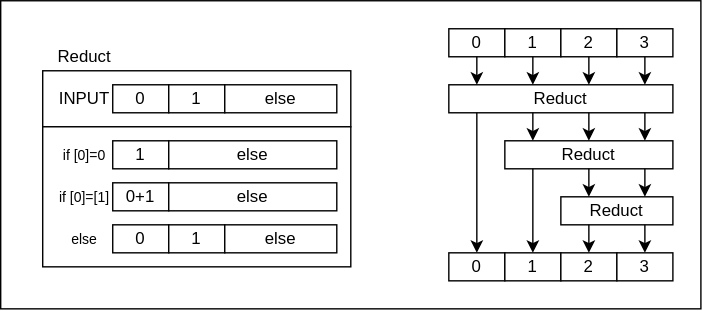
The draw.io diagram Lab/Computer/2048/reduct.drawio.svg in amane-uehara/kanade-k-1228.github.io, before a commit. Source tidied: cells renumbered, new cells last; positions are measured from the earlier drawing's top-left corner, leaving out a move shared by most shapes.
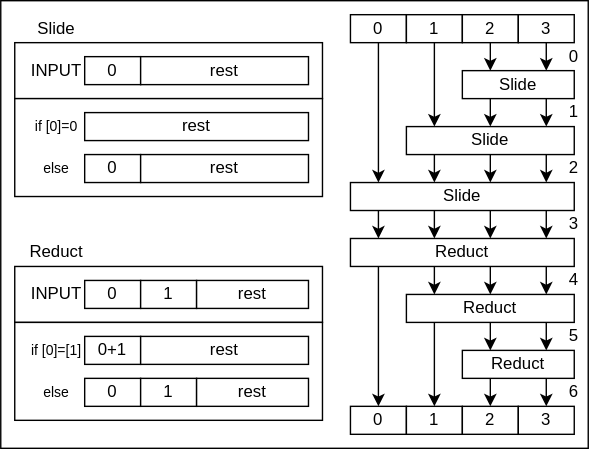
The same diagram one commit later.

Diff of the diagram source:
```diff
@@ -3,169 +3,277 @@
     <mxCell id="0" />
     <mxCell id="1" parent="0" />
     <mxCell id="2" style="rounded=0;whiteSpace=wrap;html=1;fontSize=12;" parent="1" vertex="1">
-      <mxGeometry width="500" height="220" as="geometry" />
+      <mxGeometry y="20" width="420" height="320" as="geometry" />
     </mxCell>
     <mxCell id="3" style="rounded=0;whiteSpace=wrap;html=1;fontSize=12;" parent="1" vertex="1">
-      <mxGeometry x="30" y="50" width="220" height="40" as="geometry" />
+      <mxGeometry x="10" y="210" width="220" height="40" as="geometry" />
     </mxCell>
     <mxCell id="4" style="rounded=0;whiteSpace=wrap;html=1;fontSize=12;" parent="1" vertex="1">
-      <mxGeometry x="30" y="90" width="220" height="100" as="geometry" />
+      <mxGeometry x="10" y="250" width="220" height="70" as="geometry" />
     </mxCell>
     <mxCell id="5" value="&lt;font style=&quot;font-size: 12px;&quot;&gt;0&lt;/font&gt;" style="rounded=0;whiteSpace=wrap;html=1;fontSize=12;" parent="1" vertex="1">
-      <mxGeometry x="80" y="60" width="40" height="20" as="geometry" />
+      <mxGeometry x="60" y="220" width="40" height="20" as="geometry" />
     </mxCell>
     <mxCell id="6" value="&lt;font style=&quot;font-size: 12px;&quot;&gt;1&lt;/font&gt;" style="rounded=0;whiteSpace=wrap;html=1;fontSize=12;" parent="1" vertex="1">
-      <mxGeometry x="120" y="60" width="40" height="20" as="geometry" />
+      <mxGeometry x="100" y="220" width="40" height="20" as="geometry" />
     </mxCell>
-    <mxCell id="7" value="else" style="rounded=0;whiteSpace=wrap;html=1;fontSize=12;" parent="1" vertex="1">
-      <mxGeometry x="160" y="60" width="80" height="20" as="geometry" />
+    <mxCell id="7" value="rest" style="rounded=0;whiteSpace=wrap;html=1;fontSize=12;" parent="1" vertex="1">
+      <mxGeometry x="140" y="220" width="80" height="20" as="geometry" />
     </mxCell>
-    <mxCell id="8" value="if [0]=0" style="text;html=1;strokeColor=none;fillColor=none;align=center;verticalAlign=middle;whiteSpace=wrap;rounded=0;fontSize=10;" parent="1" vertex="1">
-      <mxGeometry x="40" y="100" width="40" height="20" as="geometry" />
-    </mxCell>
-    <mxCell id="9" value="if [0]=[1]" style="text;html=1;strokeColor=none;fillColor=none;align=center;verticalAlign=middle;whiteSpace=wrap;rounded=0;fontSize=10;" parent="1" vertex="1">
-      <mxGeometry x="40" y="130" width="40" height="20" as="geometry" />
-    </mxCell>
     <mxCell id="10" value="else" style="text;html=1;strokeColor=none;fillColor=none;align=center;verticalAlign=middle;whiteSpace=wrap;rounded=0;fontSize=10;" parent="1" vertex="1">
-      <mxGeometry x="40" y="160" width="40" height="20" as="geometry" />
+      <mxGeometry x="20" y="290" width="40" height="20" as="geometry" />
     </mxCell>
-    <mxCell id="11" value="&lt;font style=&quot;font-size: 12px;&quot;&gt;1&lt;/font&gt;" style="rounded=0;whiteSpace=wrap;html=1;fontSize=12;" parent="1" vertex="1">
-      <mxGeometry x="80" y="100" width="40" height="20" as="geometry" />
-    </mxCell>
-    <mxCell id="12" value="&lt;font style=&quot;font-size: 12px&quot;&gt;else&lt;br&gt;&lt;/font&gt;" style="rounded=0;whiteSpace=wrap;html=1;fontSize=12;" parent="1" vertex="1">
-      <mxGeometry x="120" y="100" width="120" height="20" as="geometry" />
-    </mxCell>
-    <mxCell id="13" value="&lt;font style=&quot;font-size: 12px&quot;&gt;0+1&lt;/font&gt;" style="rounded=0;whiteSpace=wrap;html=1;fontSize=12;" parent="1" vertex="1">
-      <mxGeometry x="80" y="130" width="40" height="20" as="geometry" />
-    </mxCell>
-    <mxCell id="14" value="&lt;font style=&quot;font-size: 12px&quot;&gt;else&lt;/font&gt;" style="rounded=0;whiteSpace=wrap;html=1;fontSize=12;" parent="1" vertex="1">
-      <mxGeometry x="120" y="130" width="120" height="20" as="geometry" />
-    </mxCell>
     <mxCell id="15" value="&lt;font style=&quot;font-size: 12px;&quot;&gt;0&lt;/font&gt;" style="rounded=0;whiteSpace=wrap;html=1;fontSize=12;" parent="1" vertex="1">
-      <mxGeometry x="80" y="160" width="40" height="20" as="geometry" />
+      <mxGeometry x="60" y="290" width="40" height="20" as="geometry" />
     </mxCell>
     <mxCell id="16" value="&lt;font style=&quot;font-size: 12px;&quot;&gt;1&lt;/font&gt;" style="rounded=0;whiteSpace=wrap;html=1;fontSize=12;" parent="1" vertex="1">
-      <mxGeometry x="120" y="160" width="40" height="20" as="geometry" />
+      <mxGeometry x="100" y="290" width="40" height="20" as="geometry" />
     </mxCell>
-    <mxCell id="17" value="&lt;font style=&quot;font-size: 12px&quot;&gt;else&lt;/font&gt;" style="rounded=0;whiteSpace=wrap;html=1;fontSize=12;" parent="1" vertex="1">
-      <mxGeometry x="160" y="160" width="80" height="20" as="geometry" />
+    <mxCell id="17" value="&lt;font style=&quot;font-size: 12px&quot;&gt;rest&lt;/font&gt;" style="rounded=0;whiteSpace=wrap;html=1;fontSize=12;" parent="1" vertex="1">
+      <mxGeometry x="140" y="290" width="80" height="20" as="geometry" />
     </mxCell>
     <mxCell id="18" value="INPUT" style="text;html=1;strokeColor=none;fillColor=none;align=center;verticalAlign=middle;whiteSpace=wrap;rounded=0;fontSize=12;" parent="1" vertex="1">
-      <mxGeometry x="40" y="60" width="40" height="20" as="geometry" />
+      <mxGeometry x="20" y="220" width="40" height="20" as="geometry" />
     </mxCell>
     <mxCell id="19" value="Reduct" style="text;html=1;strokeColor=none;fillColor=none;align=center;verticalAlign=middle;whiteSpace=wrap;rounded=0;fontSize=12;" parent="1" vertex="1">
-      <mxGeometry x="40" y="30" width="40" height="20" as="geometry" />
+      <mxGeometry x="20" y="190" width="40" height="20" as="geometry" />
     </mxCell>
     <mxCell id="20" value="&lt;font style=&quot;font-size: 12px;&quot;&gt;0&lt;/font&gt;" style="rounded=0;whiteSpace=wrap;html=1;fontSize=12;" parent="1" vertex="1">
-      <mxGeometry x="320" y="20" width="40" height="20" as="geometry" />
+      <mxGeometry x="250" y="30" width="40" height="20" as="geometry" />
     </mxCell>
     <mxCell id="21" value="&lt;font style=&quot;font-size: 12px;&quot;&gt;1&lt;/font&gt;" style="rounded=0;whiteSpace=wrap;html=1;fontSize=12;" parent="1" vertex="1">
-      <mxGeometry x="360" y="20" width="40" height="20" as="geometry" />
+      <mxGeometry x="290" y="30" width="40" height="20" as="geometry" />
     </mxCell>
     <mxCell id="22" value="2" style="rounded=0;whiteSpace=wrap;html=1;fontSize=12;" parent="1" vertex="1">
-      <mxGeometry x="400" y="20" width="40" height="20" as="geometry" />
+      <mxGeometry x="330" y="30" width="40" height="20" as="geometry" />
     </mxCell>
     <mxCell id="23" value="3" style="rounded=0;whiteSpace=wrap;html=1;fontSize=12;" parent="1" vertex="1">
-      <mxGeometry x="440" y="20" width="40" height="20" as="geometry" />
+      <mxGeometry x="370" y="30" width="40" height="20" as="geometry" />
     </mxCell>
     <mxCell id="24" value="Reduct" style="rounded=0;whiteSpace=wrap;html=1;fontSize=12;" parent="1" vertex="1">
-      <mxGeometry x="320" y="60" width="160" height="20" as="geometry" />
+      <mxGeometry x="250" y="190" width="160" height="20" as="geometry" />
     </mxCell>
     <mxCell id="25" value="Reduct" style="rounded=0;whiteSpace=wrap;html=1;fontSize=12;" parent="1" vertex="1">
-      <mxGeometry x="360" y="100" width="120" height="20" as="geometry" />
+      <mxGeometry x="290" y="230" width="120" height="20" as="geometry" />
     </mxCell>
     <mxCell id="26" value="Reduct" style="rounded=0;whiteSpace=wrap;html=1;fontSize=12;" parent="1" vertex="1">
-      <mxGeometry x="400" y="140" width="80" height="20" as="geometry" />
+      <mxGeometry x="330" y="270" width="80" height="20" as="geometry" />
     </mxCell>
     <mxCell id="27" value="&lt;font style=&quot;font-size: 12px;&quot;&gt;0&lt;/font&gt;" style="rounded=0;whiteSpace=wrap;html=1;fontSize=12;" parent="1" vertex="1">
-      <mxGeometry x="320" y="180" width="40" height="20" as="geometry" />
+      <mxGeometry x="250" y="310" width="40" height="20" as="geometry" />
     </mxCell>
     <mxCell id="28" value="&lt;font style=&quot;font-size: 12px;&quot;&gt;1&lt;/font&gt;" style="rounded=0;whiteSpace=wrap;html=1;fontSize=12;" parent="1" vertex="1">
-      <mxGeometry x="360" y="180" width="40" height="20" as="geometry" />
+      <mxGeometry x="290" y="310" width="40" height="20" as="geometry" />
     </mxCell>
     <mxCell id="29" value="2" style="rounded=0;whiteSpace=wrap;html=1;fontSize=12;" parent="1" vertex="1">
-      <mxGeometry x="400" y="180" width="40" height="20" as="geometry" />
+      <mxGeometry x="330" y="310" width="40" height="20" as="geometry" />
     </mxCell>
     <mxCell id="30" value="3" style="rounded=0;whiteSpace=wrap;html=1;fontSize=12;" parent="1" vertex="1">
-      <mxGeometry x="440" y="180" width="40" height="20" as="geometry" />
+      <mxGeometry x="370" y="310" width="40" height="20" as="geometry" />
     </mxCell>
     <mxCell id="31" style="endArrow=classic;html=1;fontSize=12;" parent="1" edge="1">
       <mxGeometry relative="1" as="geometry">
-        <mxPoint x="340" y="80" as="sourcePoint" />
-        <mxPoint x="340" y="180" as="targetPoint" />
+        <mxPoint x="270" y="210" as="sourcePoint" />
+        <mxPoint x="270" y="310" as="targetPoint" />
       </mxGeometry>
     </mxCell>
     <mxCell id="32" style="endArrow=classic;html=1;fontSize=12;" parent="1" edge="1">
       <mxGeometry relative="1" as="geometry">
-        <mxPoint x="380" y="120" as="sourcePoint" />
-        <mxPoint x="380" y="180" as="targetPoint" />
+        <mxPoint x="310" y="250" as="sourcePoint" />
+        <mxPoint x="310" y="310" as="targetPoint" />
       </mxGeometry>
     </mxCell>
     <mxCell id="33" style="endArrow=classic;html=1;fontSize=12;" parent="1" edge="1">
       <mxGeometry relative="1" as="geometry">
-        <mxPoint x="420" y="160" as="sourcePoint" />
-        <mxPoint x="420" y="180" as="targetPoint" />
+        <mxPoint x="350" y="290" as="sourcePoint" />
+        <mxPoint x="350" y="310" as="targetPoint" />
       </mxGeometry>
     </mxCell>
     <mxCell id="34" style="endArrow=classic;html=1;fontSize=12;" parent="1" edge="1">
       <mxGeometry relative="1" as="geometry">
-        <mxPoint x="460" y="160" as="sourcePoint" />
-        <mxPoint x="460" y="180" as="targetPoint" />
+        <mxPoint x="390" y="290" as="sourcePoint" />
+        <mxPoint x="390" y="310" as="targetPoint" />
       </mxGeometry>
     </mxCell>
     <mxCell id="35" style="endArrow=classic;html=1;fontSize=12;" parent="1" edge="1">
       <mxGeometry relative="1" as="geometry">
-        <mxPoint x="420" y="120" as="sourcePoint" />
-        <mxPoint x="420" y="140" as="targetPoint" />
+        <mxPoint x="350" y="250" as="sourcePoint" />
+        <mxPoint x="350" y="270" as="targetPoint" />
       </mxGeometry>
     </mxCell>
     <mxCell id="36" style="endArrow=classic;html=1;fontSize=12;" parent="1" edge="1">
       <mxGeometry relative="1" as="geometry">
-        <mxPoint x="460" y="120" as="sourcePoint" />
-        <mxPoint x="460" y="140" as="targetPoint" />
+        <mxPoint x="390" y="250" as="sourcePoint" />
+        <mxPoint x="390" y="270" as="targetPoint" />
       </mxGeometry>
     </mxCell>
     <mxCell id="37" style="endArrow=classic;html=1;fontSize=12;" parent="1" edge="1">
       <mxGeometry relative="1" as="geometry">
-        <mxPoint x="380" y="80" as="sourcePoint" />
-        <mxPoint x="380" y="100" as="targetPoint" />
+        <mxPoint x="310" y="210" as="sourcePoint" />
+        <mxPoint x="310" y="230" as="targetPoint" />
       </mxGeometry>
     </mxCell>
     <mxCell id="38" style="endArrow=classic;html=1;fontSize=12;" parent="1" edge="1">
       <mxGeometry relative="1" as="geometry">
-        <mxPoint x="420" y="80" as="sourcePoint" />
-        <mxPoint x="420" y="100" as="targetPoint" />
+        <mxPoint x="350" y="210" as="sourcePoint" />
+        <mxPoint x="350" y="230" as="targetPoint" />
       </mxGeometry>
     </mxCell>
     <mxCell id="39" style="endArrow=classic;html=1;fontSize=12;" parent="1" edge="1">
       <mxGeometry relative="1" as="geometry">
-        <mxPoint x="460" y="80" as="sourcePoint" />
-        <mxPoint x="460" y="100" as="targetPoint" />
+        <mxPoint x="390" y="210" as="sourcePoint" />
+        <mxPoint x="390" y="230" as="targetPoint" />
       </mxGeometry>
     </mxCell>
     <mxCell id="40" style="endArrow=classic;html=1;fontSize=12;" parent="1" edge="1">
       <mxGeometry relative="1" as="geometry">
-        <mxPoint x="340" y="40" as="sourcePoint" />
-        <mxPoint x="340" y="60" as="targetPoint" />
+        <mxPoint x="270" y="170" as="sourcePoint" />
+        <mxPoint x="270" y="190" as="targetPoint" />
       </mxGeometry>
     </mxCell>
     <mxCell id="41" style="endArrow=classic;html=1;fontSize=12;" parent="1" edge="1">
       <mxGeometry relative="1" as="geometry">
-        <mxPoint x="380" y="40" as="sourcePoint" />
-        <mxPoint x="380" y="60" as="targetPoint" />
+        <mxPoint x="310" y="170" as="sourcePoint" />
+        <mxPoint x="310" y="190" as="targetPoint" />
       </mxGeometry>
     </mxCell>
     <mxCell id="42" style="endArrow=classic;html=1;fontSize=12;" parent="1" edge="1">
       <mxGeometry relative="1" as="geometry">
-        <mxPoint x="420" y="40" as="sourcePoint" />
-        <mxPoint x="420" y="60" as="targetPoint" />
+        <mxPoint x="350" y="170" as="sourcePoint" />
+        <mxPoint x="350" y="190" as="targetPoint" />
       </mxGeometry>
     </mxCell>
     <mxCell id="43" style="endArrow=classic;html=1;fontSize=12;" parent="1" edge="1">
       <mxGeometry relative="1" as="geometry">
-        <mxPoint x="460" y="40" as="sourcePoint" />
-        <mxPoint x="460" y="60" as="targetPoint" />
+        <mxPoint x="390" y="170" as="sourcePoint" />
+        <mxPoint x="390" y="190" as="targetPoint" />
       </mxGeometry>
     </mxCell>
+    <mxCell id="44" style="rounded=0;whiteSpace=wrap;html=1;fontSize=12;" parent="1" vertex="1">
+      <mxGeometry x="10" y="50" width="220" height="40" as="geometry" />
+    </mxCell>
+    <mxCell id="45" style="rounded=0;whiteSpace=wrap;html=1;fontSize=12;" parent="1" vertex="1">
+      <mxGeometry x="10" y="90" width="220" height="70" as="geometry" />
+    </mxCell>
+    <mxCell id="46" value="&lt;font style=&quot;font-size: 12px;&quot;&gt;0&lt;/font&gt;" style="rounded=0;whiteSpace=wrap;html=1;fontSize=12;" parent="1" vertex="1">
+      <mxGeometry x="60" y="60" width="40" height="20" as="geometry" />
+    </mxCell>
+    <mxCell id="47" value="rest" style="rounded=0;whiteSpace=wrap;html=1;fontSize=12;" parent="1" vertex="1">
+      <mxGeometry x="100" y="60" width="120" height="20" as="geometry" />
+    </mxCell>
+    <mxCell id="8" value="if [0]=0" style="text;html=1;strokeColor=none;fillColor=none;align=center;verticalAlign=middle;whiteSpace=wrap;rounded=0;fontSize=10;" parent="1" vertex="1">
+      <mxGeometry x="20" y="100" width="40" height="20" as="geometry" />
+    </mxCell>
+    <mxCell id="48" value="else" style="text;html=1;strokeColor=none;fillColor=none;align=center;verticalAlign=middle;whiteSpace=wrap;rounded=0;fontSize=10;" parent="1" vertex="1">
+      <mxGeometry x="20" y="130" width="40" height="20" as="geometry" />
+    </mxCell>
+    <mxCell id="49" value="&lt;font style=&quot;font-size: 12px&quot;&gt;rest&lt;br&gt;&lt;/font&gt;" style="rounded=0;whiteSpace=wrap;html=1;fontSize=12;" parent="1" vertex="1">
+      <mxGeometry x="60" y="100" width="160" height="20" as="geometry" />
+    </mxCell>
+    <mxCell id="50" value="INPUT" style="text;html=1;strokeColor=none;fillColor=none;align=center;verticalAlign=middle;whiteSpace=wrap;rounded=0;fontSize=12;" parent="1" vertex="1">
+      <mxGeometry x="20" y="60" width="40" height="20" as="geometry" />
+    </mxCell>
+    <mxCell id="51" value="Slide" style="text;html=1;strokeColor=none;fillColor=none;align=center;verticalAlign=middle;whiteSpace=wrap;rounded=0;fontSize=12;" parent="1" vertex="1">
+      <mxGeometry x="20" y="30" width="40" height="20" as="geometry" />
+    </mxCell>
+    <mxCell id="52" value="Slide" style="rounded=0;whiteSpace=wrap;html=1;fontSize=12;" parent="1" vertex="1">
+      <mxGeometry x="330" y="70" width="80" height="20" as="geometry" />
+    </mxCell>
+    <mxCell id="53" value="Slide" style="rounded=0;whiteSpace=wrap;html=1;fontSize=12;" parent="1" vertex="1">
+      <mxGeometry x="290" y="110" width="120" height="20" as="geometry" />
+    </mxCell>
+    <mxCell id="54" value="Slide" style="rounded=0;whiteSpace=wrap;html=1;fontSize=12;" parent="1" vertex="1">
+      <mxGeometry x="250" y="150" width="160" height="20" as="geometry" />
+    </mxCell>
+    <mxCell id="55" style="endArrow=classic;html=1;fontSize=12;" parent="1" edge="1">
+      <mxGeometry relative="1" as="geometry">
+        <mxPoint x="270" y="50" as="sourcePoint" />
+        <mxPoint x="270" y="150" as="targetPoint" />
+      </mxGeometry>
+    </mxCell>
+    <mxCell id="56" style="endArrow=classic;html=1;fontSize=12;" parent="1" edge="1">
+      <mxGeometry relative="1" as="geometry">
+        <mxPoint x="310" y="130" as="sourcePoint" />
+        <mxPoint x="310" y="150" as="targetPoint" />
+      </mxGeometry>
+    </mxCell>
+    <mxCell id="57" style="endArrow=classic;html=1;fontSize=12;" parent="1" edge="1">
+      <mxGeometry relative="1" as="geometry">
+        <mxPoint x="350" y="130" as="sourcePoint" />
+        <mxPoint x="350" y="150" as="targetPoint" />
+      </mxGeometry>
+    </mxCell>
+    <mxCell id="58" style="endArrow=classic;html=1;fontSize=12;" parent="1" edge="1">
+      <mxGeometry relative="1" as="geometry">
+        <mxPoint x="390" y="130" as="sourcePoint" />
+        <mxPoint x="390" y="150" as="targetPoint" />
+      </mxGeometry>
+    </mxCell>
+    <mxCell id="59" style="endArrow=classic;html=1;fontSize=12;" parent="1" edge="1">
+      <mxGeometry relative="1" as="geometry">
+        <mxPoint x="310" y="50" as="sourcePoint" />
+        <mxPoint x="310" y="110" as="targetPoint" />
+      </mxGeometry>
+    </mxCell>
+    <mxCell id="60" style="endArrow=classic;html=1;fontSize=12;" parent="1" edge="1">
+      <mxGeometry relative="1" as="geometry">
+        <mxPoint x="350" y="90" as="sourcePoint" />
+        <mxPoint x="350" y="110" as="targetPoint" />
+      </mxGeometry>
+    </mxCell>
+    <mxCell id="61" style="endArrow=classic;html=1;fontSize=12;" parent="1" edge="1">
+      <mxGeometry relative="1" as="geometry">
+        <mxPoint x="390" y="90" as="sourcePoint" />
+        <mxPoint x="390" y="110" as="targetPoint" />
+      </mxGeometry>
+    </mxCell>
+    <mxCell id="62" style="endArrow=classic;html=1;fontSize=12;" parent="1" edge="1">
+      <mxGeometry relative="1" as="geometry">
+        <mxPoint x="350" y="50" as="sourcePoint" />
+        <mxPoint x="350" y="70" as="targetPoint" />
+      </mxGeometry>
+    </mxCell>
+    <mxCell id="63" style="endArrow=classic;html=1;fontSize=12;" parent="1" edge="1">
+      <mxGeometry relative="1" as="geometry">
+        <mxPoint x="390" y="50" as="sourcePoint" />
+        <mxPoint x="390" y="70" as="targetPoint" />
+      </mxGeometry>
+    </mxCell>
+    <mxCell id="64" value="&lt;font style=&quot;font-size: 12px;&quot;&gt;0&lt;/font&gt;" style="rounded=0;whiteSpace=wrap;html=1;fontSize=12;" parent="1" vertex="1">
+      <mxGeometry x="60" y="130" width="40" height="20" as="geometry" />
+    </mxCell>
+    <mxCell id="65" value="rest" style="rounded=0;whiteSpace=wrap;html=1;fontSize=12;" parent="1" vertex="1">
+      <mxGeometry x="100" y="130" width="120" height="20" as="geometry" />
+    </mxCell>
+    <mxCell id="9" value="if [0]=[1]" style="text;html=1;strokeColor=none;fillColor=none;align=center;verticalAlign=middle;whiteSpace=wrap;rounded=0;fontSize=10;" parent="1" vertex="1">
+      <mxGeometry x="20" y="260" width="40" height="20" as="geometry" />
+    </mxCell>
+    <mxCell id="13" value="&lt;font style=&quot;font-size: 12px&quot;&gt;0+1&lt;/font&gt;" style="rounded=0;whiteSpace=wrap;html=1;fontSize=12;" parent="1" vertex="1">
+      <mxGeometry x="60" y="260" width="40" height="20" as="geometry" />
+    </mxCell>
+    <mxCell id="66" value="&lt;font style=&quot;font-size: 12px&quot;&gt;rest&lt;/font&gt;" style="rounded=0;whiteSpace=wrap;html=1;fontSize=12;" parent="1" vertex="1">
+      <mxGeometry x="100" y="260" width="120" height="20" as="geometry" />
+    </mxCell>
+    <mxCell id="11" value="1" style="text;html=1;strokeColor=none;fillColor=none;align=center;verticalAlign=middle;whiteSpace=wrap;rounded=0;" parent="1" vertex="1">
+      <mxGeometry x="400" y="90" width="20" height="20" as="geometry" />
+    </mxCell>
+    <mxCell id="67" value="2" style="text;html=1;strokeColor=none;fillColor=none;align=center;verticalAlign=middle;whiteSpace=wrap;rounded=0;" parent="1" vertex="1">
+      <mxGeometry x="400" y="130" width="20" height="20" as="geometry" />
+    </mxCell>
+    <mxCell id="68" value="3" style="text;html=1;strokeColor=none;fillColor=none;align=center;verticalAlign=middle;whiteSpace=wrap;rounded=0;" parent="1" vertex="1">
+      <mxGeometry x="400" y="170" width="20" height="20" as="geometry" />
+    </mxCell>
+    <mxCell id="69" value="4" style="text;html=1;strokeColor=none;fillColor=none;align=center;verticalAlign=middle;whiteSpace=wrap;rounded=0;" parent="1" vertex="1">
+      <mxGeometry x="400" y="210" width="20" height="20" as="geometry" />
+    </mxCell>
+    <mxCell id="70" value="5" style="text;html=1;strokeColor=none;fillColor=none;align=center;verticalAlign=middle;whiteSpace=wrap;rounded=0;" parent="1" vertex="1">
+      <mxGeometry x="400" y="250" width="20" height="20" as="geometry" />
+    </mxCell>
+    <mxCell id="71" value="0" style="text;html=1;strokeColor=none;fillColor=none;align=center;verticalAlign=middle;whiteSpace=wrap;rounded=0;" parent="1" vertex="1">
+      <mxGeometry x="400" y="50" width="20" height="20" as="geometry" />
+    </mxCell>
+    <mxCell id="72" value="6" style="text;html=1;strokeColor=none;fillColor=none;align=center;verticalAlign=middle;whiteSpace=wrap;rounded=0;" parent="1" vertex="1">
+      <mxGeometry x="400" y="290" width="20" height="20" as="geometry" />
+    </mxCell>
   </root>
 </mxGraphModel>
```
